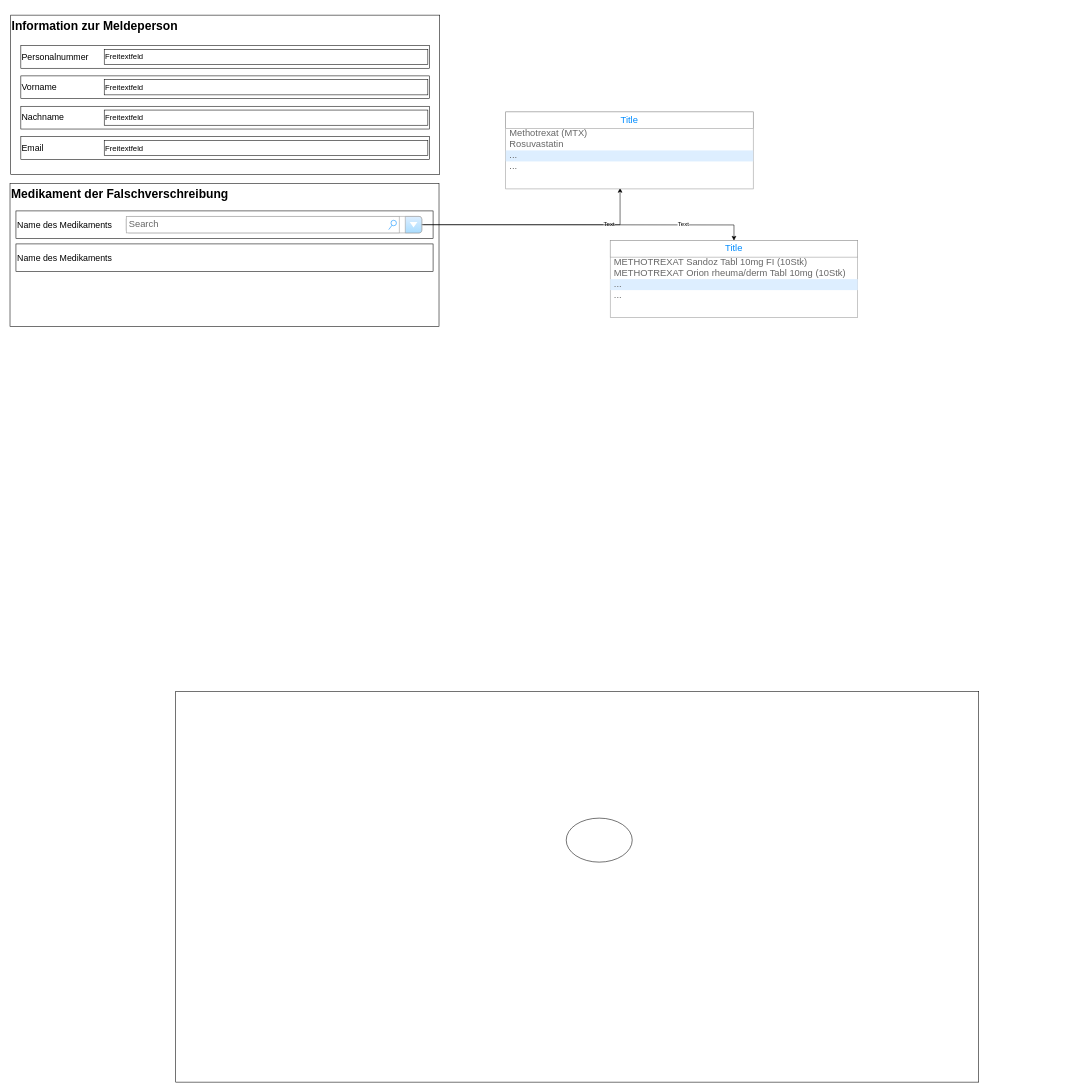
MarlenKuehn/DOFI-draw.io keeps this draw.io diagram as Unbenanntes Diagramm.drawio. Above is the earlier version. Source tidied: cells renumbered, new cells numbered last; positions are measured from the earlier drawing's top-left corner, leaving out a move shared by most shapes. Both pictures are drawn from the tidied source at 55%, with x=0, y=0 at pixel (9, 15).
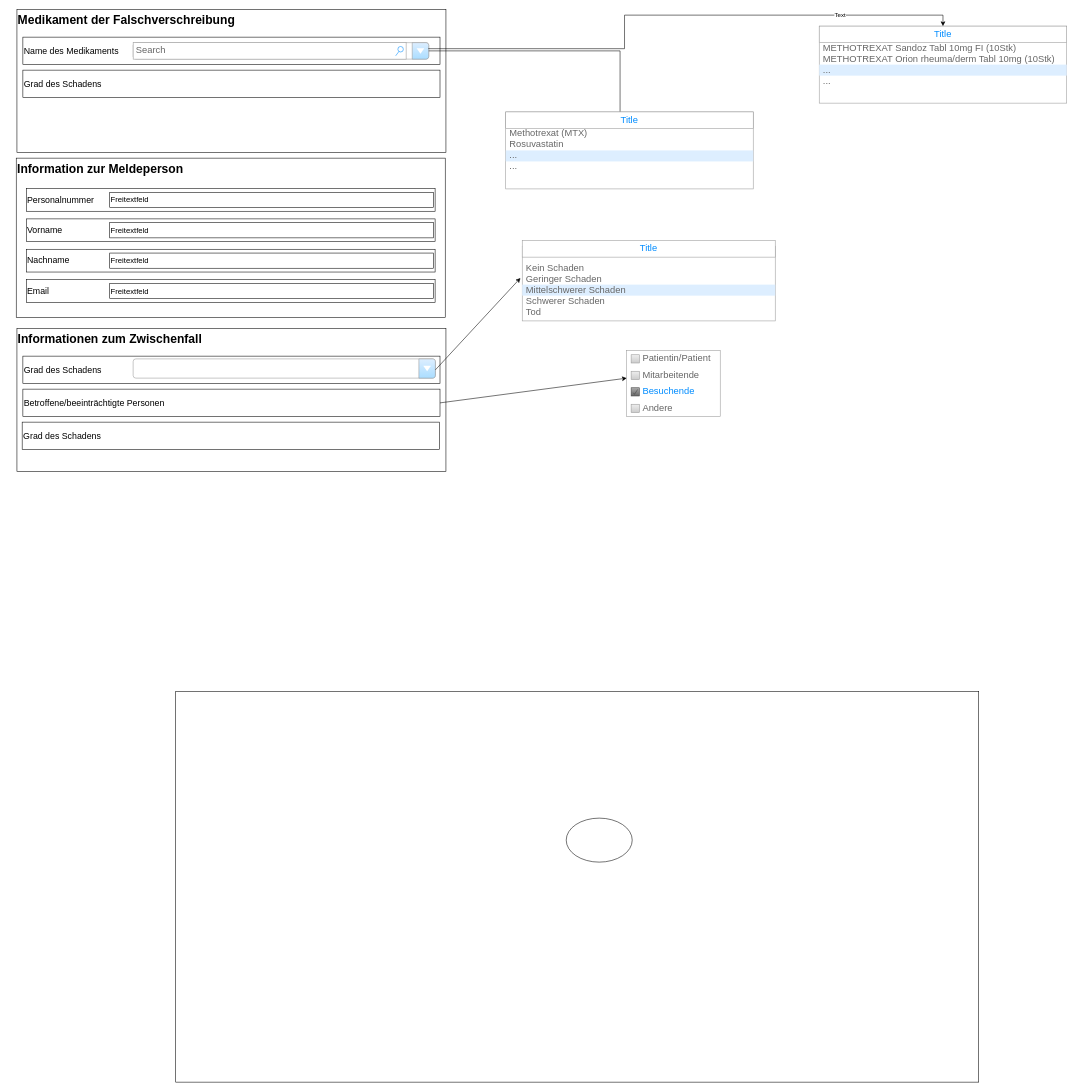
The same diagram, later.

The change refers to these unchanged cells:
```xml
<mxCell id="29" value="Title" style="strokeWidth=1;shadow=0;dashed=0;align=center;html=1;shape=mxgraph.mockup.forms.rrect;rSize=0;strokeColor=#999999;fontColor=#008cff;fontSize=17;fillColor=#ffffff;whiteSpace=wrap;" parent="28" vertex="1">
  <mxGeometry width="450" height="30" relative="1" as="geometry" />
</mxCell>
```

The edit, as a diff of the source:
```diff
@@
     <mxCell id="2" style="group;" parent="1" vertex="1">
-      <mxGeometry x="0.4" y="316" width="782.6" height="250" as="geometry" />
+      <mxGeometry x="13" width="782.6" height="250" as="geometry" />
     </mxCell>
@@
-    <mxCell id="6" value="&lt;font style=&quot;font-size: 16px;&quot;&gt;Name des Medikaments&lt;/font&gt;" style="html=1;whiteSpace=wrap;align=left;" parent="2" vertex="1">
+    <mxCell id="6" value="&lt;font style=&quot;font-size: 16px;&quot;&gt;Grad des Schadens&lt;/font&gt;" style="html=1;whiteSpace=wrap;align=left;" parent="2" vertex="1">
       <mxGeometry x="12.1" y="100" width="758.4" height="50" as="geometry" />
     </mxCell>
@@
     <mxCell id="10" style="group;" parent="1" vertex="1">
-      <mxGeometry x="3" width="780" height="290" as="geometry" />
+      <mxGeometry x="13" y="260" width="780" height="290" as="geometry" />
     </mxCell>
@@
     <mxCell id="28" style="strokeWidth=1;shadow=0;dashed=0;align=center;html=1;shape=mxgraph.mockup.forms.rrect;rSize=0;strokeColor=#999999;fillColor=#ffffff;" parent="1" vertex="1">
-      <mxGeometry x="1093" y="410" width="450" height="140" as="geometry" />
+      <mxGeometry x="1473" y="20" width="450" height="140" as="geometry" />
     </mxCell>
@@
     <mxCell id="34" style="edgeStyle=orthogonalEdgeStyle;rounded=0;jettySize=auto;html=1;" parent="1" edge="1" target="29">
       <mxGeometry relative="1" as="geometry">
-        <mxPoint x="753" y="381" as="sourcePoint" />
+        <mxPoint x="763" y="60" as="sourcePoint" />
+        <Array as="points">
+          <mxPoint x="763" y="61" />
+          <mxPoint x="1119" y="61" />
+          <mxPoint x="1119" />
+          <mxPoint x="1698" />
+        </Array>
       </mxGeometry>
     </mxCell>
@@
+    <mxCell id="36" style="group;" parent="1" vertex="1">
+      <mxGeometry x="13" y="580" width="782.6" height="250" as="geometry" />
+    </mxCell>
+    <mxCell id="37" value="Informationen zum Zwischenfall" style="html=1;whiteSpace=wrap;verticalAlign=top;align=left;fontStyle=1;fontSize=22;" parent="36" vertex="1">
+      <mxGeometry x="1.3" y="-10" width="780" height="260" as="geometry" />
+    </mxCell>
+    <mxCell id="38" value="&lt;font style=&quot;font-size: 16px;&quot;&gt;Grad des Schadens&lt;/font&gt;" style="html=1;whiteSpace=wrap;align=left;" parent="37" vertex="1">
+      <mxGeometry x="10.8" y="50" width="758.4" height="50" as="geometry" />
+    </mxCell>
+    <mxCell id="39" style="strokeWidth=1;shadow=0;dashed=0;align=center;html=1;shape=mxgraph.mockup.forms.comboBox;strokeColor=#999999;fillColor=#ddeeff;align=left;fillColor2=#aaddff;mainText=;fontColor=#666666;fontSize=17;spacingLeft=3;" parent="38" vertex="1">
+      <mxGeometry x="200.5" y="5" width="549.5" height="35" as="geometry" />
+    </mxCell>
+    <mxCell id="40" value="&lt;font style=&quot;font-size: 16px;&quot;&gt;Grad des Schadens&lt;/font&gt;" style="html=1;whiteSpace=wrap;align=left;" parent="37" vertex="1">
+      <mxGeometry x="9.5" y="170" width="758.4" height="50" as="geometry" />
+    </mxCell>
+    <mxCell id="41" value="&lt;font style=&quot;font-size: 16px;&quot;&gt;Betroffene/beeinträchtigte Personen&lt;/font&gt;" style="html=1;whiteSpace=wrap;align=left;" parent="36" vertex="1">
+      <mxGeometry x="12.1" y="100" width="758.4" height="50" as="geometry" />
+    </mxCell>
+    <mxCell id="42" style="strokeWidth=1;shadow=0;dashed=0;align=center;html=1;shape=mxgraph.mockup.forms.rrect;rSize=0;strokeColor=#999999;fillColor=#ffffff;" parent="1" vertex="1">
+      <mxGeometry x="1123" y="610" width="170" height="120" as="geometry" />
+    </mxCell>
+    <mxCell id="43" value="Patientin/Patient" style="strokeWidth=1;shadow=0;dashed=0;align=center;html=1;shape=mxgraph.mockup.forms.rrect;rSize=0;fillColor=#eeeeee;strokeColor=#999999;gradientColor=#cccccc;align=left;spacingLeft=4;fontSize=17;fontColor=#666666;labelPosition=right;" parent="42" vertex="1">
+      <mxGeometry x="8" y="7.5" width="15" height="15" as="geometry" />
+    </mxCell>
+    <mxCell id="44" value="Mitarbeitende" style="strokeWidth=1;shadow=0;dashed=0;align=center;html=1;shape=mxgraph.mockup.forms.rrect;rSize=0;fillColor=#eeeeee;strokeColor=#999999;gradientColor=#cccccc;align=left;spacingLeft=4;fontSize=17;fontColor=#666666;labelPosition=right;" parent="42" vertex="1">
+      <mxGeometry x="8" y="37.5" width="15" height="15" as="geometry" />
+    </mxCell>
+    <mxCell id="45" value="Besuchende" style="strokeWidth=1;shadow=0;dashed=0;align=center;html=1;shape=mxgraph.mockup.forms.checkbox;rSize=0;fillColor=#aaaaaa;strokeColor=#444444;gradientColor=#666666;align=left;spacingLeft=4;fontSize=17;fontColor=#008cff;labelPosition=right;" parent="42" vertex="1">
+      <mxGeometry x="8" y="67.5" width="15" height="15" as="geometry" />
+    </mxCell>
+    <mxCell id="46" value="Andere" style="strokeWidth=1;shadow=0;dashed=0;align=center;html=1;shape=mxgraph.mockup.forms.rrect;rSize=0;fillColor=#eeeeee;strokeColor=#999999;gradientColor=#cccccc;align=left;spacingLeft=4;fontSize=17;fontColor=#666666;labelPosition=right;" parent="42" vertex="1">
+      <mxGeometry x="8" y="97.5" width="15" height="15" as="geometry" />
+    </mxCell>
+    <mxCell id="47" style="endArrow=classic;html=1;rounded=0;entryX=0;entryY=0.417;entryDx=0;entryDy=0;entryPerimeter=0;exitX=1;exitY=0.5;exitDx=0;exitDy=0;" parent="1" edge="1" source="41" target="42">
+      <mxGeometry relative="1" as="geometry" />
+    </mxCell>
+    <mxCell id="48" style="strokeWidth=1;shadow=0;dashed=0;align=center;html=1;shape=mxgraph.mockup.forms.rrect;rSize=0;strokeColor=#999999;fillColor=#ffffff;" parent="1" vertex="1">
+      <mxGeometry x="933" y="420" width="460" height="136" as="geometry" />
+    </mxCell>
+    <mxCell id="49" value="Title" style="strokeWidth=1;shadow=0;dashed=0;align=center;html=1;shape=mxgraph.mockup.forms.rrect;rSize=0;strokeColor=#999999;fontColor=#008cff;fontSize=17;fillColor=#ffffff;whiteSpace=wrap;" parent="48" vertex="1">
+      <mxGeometry width="460" height="30" relative="1" as="geometry">
+        <mxPoint y="-10" as="offset" />
+      </mxGeometry>
+    </mxCell>
+    <mxCell id="50" value="Kein Schaden" style="strokeWidth=1;shadow=0;dashed=0;align=center;html=1;shape=mxgraph.mockup.forms.anchor;fontSize=17;fontColor=#666666;align=left;spacingLeft=5;whiteSpace=wrap;" parent="48" vertex="1">
+      <mxGeometry width="460" height="20" relative="1" as="geometry">
+        <mxPoint y="30" as="offset" />
+      </mxGeometry>
+    </mxCell>
+    <mxCell id="51" value="Geringer Schaden" style="strokeWidth=1;shadow=0;dashed=0;align=center;html=1;shape=mxgraph.mockup.forms.anchor;fontSize=17;fontColor=#666666;align=left;spacingLeft=5;whiteSpace=wrap;" parent="48" vertex="1">
+      <mxGeometry width="460" height="20" relative="1" as="geometry">
+        <mxPoint y="50" as="offset" />
+      </mxGeometry>
+    </mxCell>
+    <mxCell id="52" value="Mittelschwerer Schaden" style="strokeWidth=1;shadow=0;dashed=0;align=center;html=1;shape=mxgraph.mockup.forms.rrect;rSize=0;fontSize=17;fontColor=#666666;align=left;spacingLeft=5;fillColor=#ddeeff;strokeColor=none;whiteSpace=wrap;" parent="48" vertex="1">
+      <mxGeometry width="460" height="20" relative="1" as="geometry">
+        <mxPoint y="70" as="offset" />
+      </mxGeometry>
+    </mxCell>
+    <mxCell id="53" value="Schwerer Schaden" style="strokeWidth=1;shadow=0;dashed=0;align=center;html=1;shape=mxgraph.mockup.forms.anchor;fontSize=17;fontColor=#666666;align=left;spacingLeft=5;whiteSpace=wrap;" parent="48" vertex="1">
+      <mxGeometry width="460" height="20" relative="1" as="geometry">
+        <mxPoint y="90" as="offset" />
+      </mxGeometry>
+    </mxCell>
+    <mxCell id="54" value="Tod" style="strokeWidth=1;shadow=0;dashed=0;align=center;html=1;shape=mxgraph.mockup.forms.anchor;fontSize=17;fontColor=#666666;align=left;spacingLeft=5;whiteSpace=wrap;" parent="48" vertex="1">
+      <mxGeometry y="110" width="460" height="20" as="geometry" />
+    </mxCell>
+    <mxCell id="55" style="endArrow=classic;html=1;rounded=0;exitX=1;exitY=0.571;exitDx=0;exitDy=0;exitPerimeter=0;entryX=-0.007;entryY=0.4;entryDx=0;entryDy=0;entryPerimeter=0;" parent="1" edge="1" source="39" target="51">
+      <mxGeometry relative="1" as="geometry" />
+    </mxCell>
```
